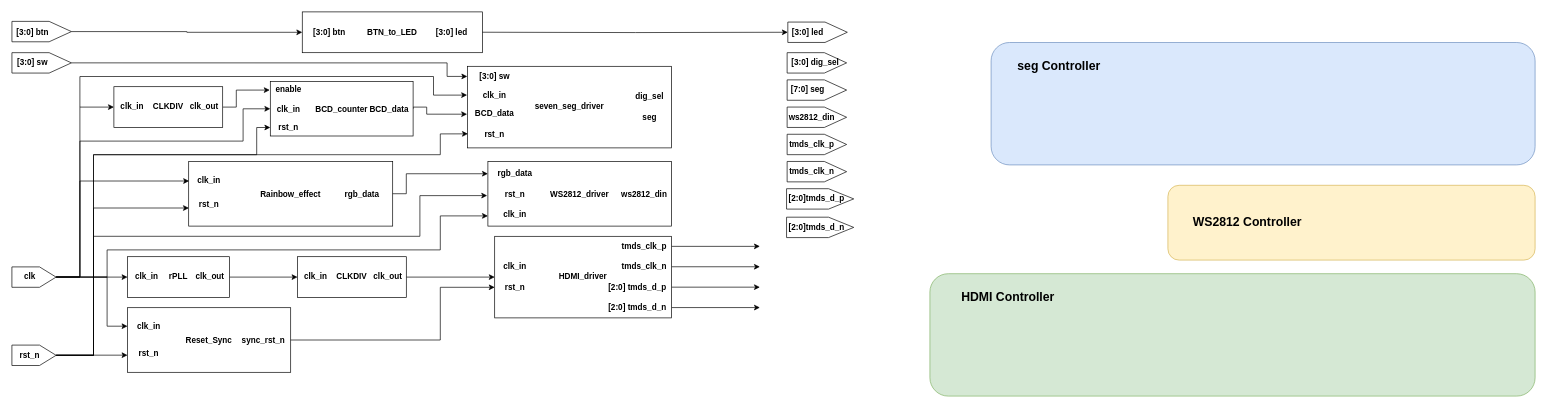
The draw.io diagram 板级测试工程框图.drawio in zeandon/draw.io, before the edit. Source tidied: cells renumbered, new cells numbered last; positions are measured from the earlier drawing's top-left corner, leaving out a move shared by most shapes. Both pictures are drawn from the tidied source at 68%, with x=0, y=0 at pixel (12, 1).
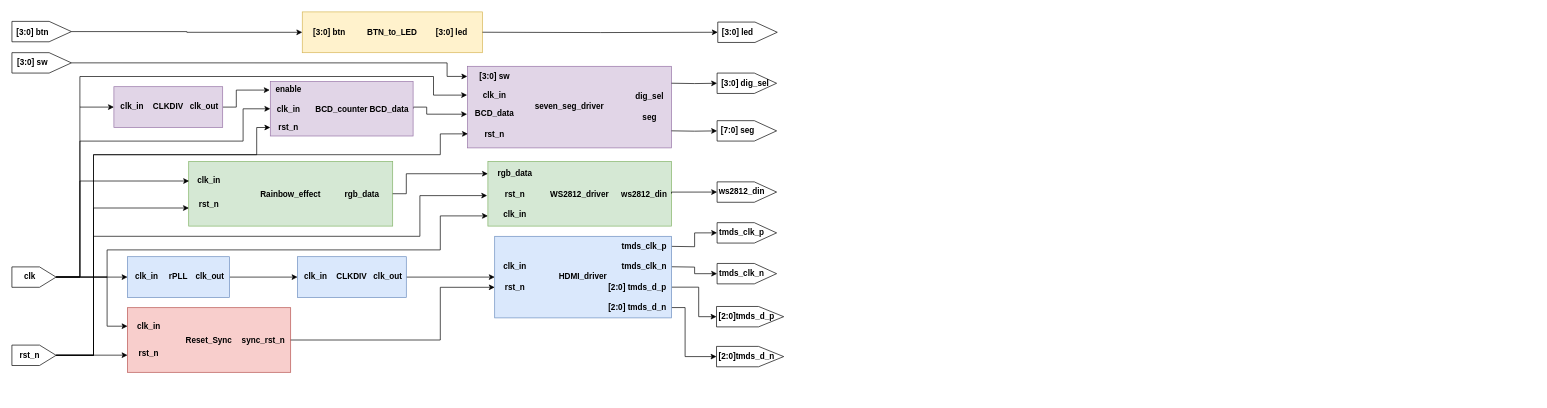
The same page after the edit.

Commit message (it also covers changes not shown here):
更新板级测试工程框图.drawio

Unchanged cells that the change refers to:
```xml
<mxCell id="10" style="group;fontStyle=1;" parent="1" vertex="1">
  <mxGeometry x="170" y="375" width="150" height="60" as="geometry" />
</mxCell>
<mxCell id="14" style="group;fontStyle=1;" parent="1" vertex="1">
  <mxGeometry x="420" y="375" width="160" height="60" as="geometry" />
</mxCell>
<mxCell id="22" style="group;fontStyle=1;" parent="1" vertex="1">
  <mxGeometry x="710" y="345" width="260" height="120" as="geometry" />
</mxCell>
<mxCell id="47" style="shape=offPageConnector;whiteSpace=wrap;html=1;rotation=-90;fontStyle=1;" parent="46" vertex="1">
  <mxGeometry x="28.8" y="-28.8" width="30" height="87.5" as="geometry" />
</mxCell>
<mxCell id="50" style="shape=offPageConnector;whiteSpace=wrap;html=1;rotation=-90;fontStyle=1;" parent="49" vertex="1">
  <mxGeometry x="28.8" y="-28.8" width="30" height="87.5" as="geometry" />
</mxCell>
<mxCell id="53" style="shape=offPageConnector;whiteSpace=wrap;html=1;rotation=-90;fontStyle=1;" parent="52" vertex="1">
  <mxGeometry x="28.8" y="-28.8" width="30" height="87.5" as="geometry" />
</mxCell>
<mxCell id="56" style="shape=offPageConnector;whiteSpace=wrap;html=1;rotation=-90;fontStyle=1;" parent="55" vertex="1">
  <mxGeometry x="28.8" y="-28.8" width="30" height="87.5" as="geometry" />
</mxCell>
<mxCell id="59" style="shape=offPageConnector;whiteSpace=wrap;html=1;rotation=-90;fontStyle=1;" parent="58" vertex="1">
  <mxGeometry x="28.8" y="-28.8" width="30" height="87.5" as="geometry" />
</mxCell>
<mxCell id="69" style="group;fontStyle=1;" parent="1" vertex="1">
  <mxGeometry x="150" y="125" width="160" height="60" as="geometry" />
</mxCell>
<mxCell id="78" style="group;fontStyle=1;" parent="1" vertex="1">
  <mxGeometry x="670" y="95" width="300" height="120" as="geometry" />
</mxCell>
<mxCell id="86" style="group;fontStyle=1;" parent="1" vertex="1">
  <mxGeometry x="427" y="15" width="265" height="60" as="geometry" />
</mxCell>
<mxCell id="94" style="group;" parent="1" vertex="1">
  <mxGeometry x="260" y="235" width="300" height="95" as="geometry" />
</mxCell>
<mxCell id="99" style="group;" parent="1" vertex="1">
  <mxGeometry x="700" y="235" width="270" height="95" as="geometry" />
</mxCell>
```

The edit, as a diff of the source:
```diff
@@
-    <mxCell id="2" style="rounded=1;whiteSpace=wrap;html=1;fillColor=#d5e8d4;strokeColor=#82b366;fontStyle=1;" parent="1" vertex="1">
-      <mxGeometry x="1350" y="400" width="890" height="180" as="geometry" />
-    </mxCell>
-    <mxCell id="3" style="rounded=1;whiteSpace=wrap;html=1;fillColor=#dae8fc;strokeColor=#6c8ebf;fontStyle=1;" parent="1" vertex="1">
-      <mxGeometry x="1440" y="60" width="800" height="180" as="geometry" />
-    </mxCell>
-    <mxCell id="4" style="rounded=1;whiteSpace=wrap;html=1;fillColor=#fff2cc;strokeColor=#d6b656;fontStyle=1;" parent="1" vertex="1">
-      <mxGeometry x="1700" y="270" width="540" height="110" as="geometry" />
-    </mxCell>
@@
-    <mxCell id="7" value="Reset_Sync" style="rounded=0;whiteSpace=wrap;html=1;fontStyle=1;" parent="1" vertex="1">
+    <mxCell id="7" value="Reset_Sync" style="rounded=0;whiteSpace=wrap;html=1;fontStyle=1;fillColor=#f8cecc;strokeColor=#b85450;" parent="1" vertex="1">
       <mxGeometry x="170" y="450" width="240" height="95" as="geometry" />
     </mxCell>
@@
-    <mxCell id="11" value="rPLL" style="rounded=0;whiteSpace=wrap;html=1;fontStyle=1;" parent="10" vertex="1">
+    <mxCell id="11" value="rPLL" style="rounded=0;whiteSpace=wrap;html=1;fontStyle=1;fillColor=#dae8fc;strokeColor=#6c8ebf;" parent="10" vertex="1">
       <mxGeometry width="150" height="60" as="geometry" />
     </mxCell>
@@
-    <mxCell id="15" value="CLKDIV" style="rounded=0;whiteSpace=wrap;html=1;fontStyle=1;" parent="14" vertex="1">
+    <mxCell id="15" value="CLKDIV" style="rounded=0;whiteSpace=wrap;html=1;fontStyle=1;fillColor=#dae8fc;strokeColor=#6c8ebf;" parent="14" vertex="1">
       <mxGeometry width="160" height="60" as="geometry" />
     </mxCell>
@@
-    <mxCell id="18" style="edgeStyle=orthogonalEdgeStyle;rounded=0;orthogonalLoop=1;jettySize=auto;html=1;fontStyle=1;" parent="1" edge="1">
+    <mxCell id="18" style="edgeStyle=orthogonalEdgeStyle;rounded=0;jettySize=auto;html=1;fontStyle=1;entryX=0.5;entryY=0;entryDx=0;entryDy=0;" parent="1" edge="1" target="56">
       <mxGeometry relative="1" as="geometry">
         <mxPoint x="970" y="359.8" as="sourcePoint" />
-        <mxPoint x="1100" y="359.8" as="targetPoint" />
       </mxGeometry>
     </mxCell>
-    <mxCell id="19" style="edgeStyle=orthogonalEdgeStyle;rounded=0;orthogonalLoop=1;jettySize=auto;html=1;fontStyle=1;" parent="1" edge="1">
+    <mxCell id="19" style="edgeStyle=orthogonalEdgeStyle;rounded=0;jettySize=auto;html=1;fontStyle=1;entryX=0.5;entryY=0;entryDx=0;entryDy=0;" parent="1" edge="1" target="59">
       <mxGeometry relative="1" as="geometry">
         <mxPoint x="970" y="389.8" as="sourcePoint" />
-        <mxPoint x="1100" y="389.8" as="targetPoint" />
       </mxGeometry>
     </mxCell>
-    <mxCell id="20" style="edgeStyle=orthogonalEdgeStyle;rounded=0;orthogonalLoop=1;jettySize=auto;html=1;fontStyle=1;" parent="1" edge="1">
+    <mxCell id="20" style="edgeStyle=orthogonalEdgeStyle;rounded=0;jettySize=auto;html=1;fontStyle=1;entryX=0.5;entryY=0;entryDx=0;entryDy=0;" parent="1" edge="1" target="61">
       <mxGeometry relative="1" as="geometry">
         <mxPoint x="970" y="419.8" as="sourcePoint" />
-        <mxPoint x="1100" y="419.8" as="targetPoint" />
+        <Array as="points">
+          <mxPoint x="1010" y="420" />
+          <mxPoint x="1010" y="463" />
+        </Array>
       </mxGeometry>
     </mxCell>
-    <mxCell id="21" style="edgeStyle=orthogonalEdgeStyle;rounded=0;orthogonalLoop=1;jettySize=auto;html=1;fontStyle=1;" parent="1" edge="1">
+    <mxCell id="21" style="edgeStyle=orthogonalEdgeStyle;rounded=0;jettySize=auto;html=1;fontStyle=1;entryX=0.5;entryY=0;entryDx=0;entryDy=0;" parent="1" edge="1" target="63">
       <mxGeometry relative="1" as="geometry">
         <mxPoint x="970" y="449.8" as="sourcePoint" />
-        <mxPoint x="1100" y="449.8" as="targetPoint" />
+        <Array as="points">
+          <mxPoint x="990" y="450" />
+          <mxPoint x="990" y="522" />
+        </Array>
       </mxGeometry>
     </mxCell>
@@
-    <mxCell id="23" value="HDMI_driver" style="rounded=0;whiteSpace=wrap;html=1;fontStyle=1;" parent="22" vertex="1">
+    <mxCell id="23" value="HDMI_driver" style="rounded=0;whiteSpace=wrap;html=1;fontStyle=1;fillColor=#dae8fc;strokeColor=#6c8ebf;" parent="22" vertex="1">
       <mxGeometry width="260" height="120" as="geometry" />
     </mxCell>
@@
     <mxCell id="43" style="group;fontStyle=1;" parent="1" vertex="1">
-      <mxGeometry x="1140" y="30" width="87.5" height="30" as="geometry" />
+      <mxGeometry x="1037" y="30" width="87.5" height="30" as="geometry" />
     </mxCell>
@@
     <mxCell id="46" style="group;fontStyle=1;" parent="1" vertex="1">
-      <mxGeometry x="1140" y="75" width="87.5" height="30" as="geometry" />
+      <mxGeometry x="1037" y="105" width="87.5" height="30" as="geometry" />
     </mxCell>
@@
     <mxCell id="49" style="group;fontStyle=1;" parent="1" vertex="1">
-      <mxGeometry x="1140" y="115" width="87.5" height="30" as="geometry" />
+      <mxGeometry x="1037" y="175" width="87.5" height="30" as="geometry" />
     </mxCell>
@@
     <mxCell id="52" style="group;fontStyle=1;" parent="1" vertex="1">
-      <mxGeometry x="1140" y="155" width="87.5" height="30" as="geometry" />
+      <mxGeometry x="1037" y="265" width="87.5" height="30" as="geometry" />
     </mxCell>
@@
     <mxCell id="55" style="group;fontStyle=1;" parent="1" vertex="1">
-      <mxGeometry x="1140" y="195" width="87.5" height="30" as="geometry" />
+      <mxGeometry x="1037" y="325" width="87.5" height="30" as="geometry" />
     </mxCell>
@@
     <mxCell id="58" style="group;fontStyle=1;" parent="1" vertex="1">
-      <mxGeometry x="1140" y="235" width="87.5" height="30" as="geometry" />
+      <mxGeometry x="1037" y="385" width="87.5" height="30" as="geometry" />
     </mxCell>
@@
     <mxCell id="61" style="shape=offPageConnector;whiteSpace=wrap;html=1;rotation=-90;fontStyle=1;" parent="1" vertex="1">
-      <mxGeometry x="1173.6" y="240.6" width="30" height="98.8" as="geometry" />
+      <mxGeometry x="1070.6" y="413.8" width="30" height="98.8" as="geometry" />
     </mxCell>
     <mxCell id="62" value="[2:0]tmds_d_p" style="text;html=1;whiteSpace=wrap;strokeColor=none;fillColor=none;align=center;verticalAlign=middle;rounded=0;fontStyle=1;" parent="1" vertex="1">
-      <mxGeometry x="1150.4" y="275" width="66.6" height="30" as="geometry" />
+      <mxGeometry x="1047.4" y="448.1" width="66.6" height="30" as="geometry" />
     </mxCell>
     <mxCell id="63" style="shape=offPageConnector;whiteSpace=wrap;html=1;rotation=-90;fontStyle=1;" parent="1" vertex="1">
-      <mxGeometry x="1173.6" y="282.5" width="30" height="98.8" as="geometry" />
+      <mxGeometry x="1070.6" y="472.5" width="30" height="98.8" as="geometry" />
     </mxCell>
     <mxCell id="64" value="[2:0]tmds_d_n" style="text;html=1;whiteSpace=wrap;strokeColor=none;fillColor=none;align=center;verticalAlign=middle;rounded=0;fontStyle=1;" parent="1" vertex="1">
-      <mxGeometry x="1150.4" y="316.9" width="66.6" height="30" as="geometry" />
+      <mxGeometry x="1047.4" y="506.9" width="66.6" height="30" as="geometry" />
     </mxCell>
@@
-    <mxCell id="70" value="CLKDIV" style="rounded=0;whiteSpace=wrap;html=1;fontStyle=1;" parent="69" vertex="1">
+    <mxCell id="70" value="CLKDIV" style="rounded=0;whiteSpace=wrap;html=1;fontStyle=1;fillColor=#e1d5e7;strokeColor=#9673a6;" parent="69" vertex="1">
       <mxGeometry width="160" height="60" as="geometry" />
     </mxCell>
@@
-    <mxCell id="73" value="BCD_counter" style="rounded=0;whiteSpace=wrap;html=1;fontStyle=1;" parent="1" vertex="1">
+    <mxCell id="73" value="BCD_counter" style="rounded=0;whiteSpace=wrap;html=1;fontStyle=1;fillColor=#e1d5e7;strokeColor=#9673a6;" parent="1" vertex="1">
       <mxGeometry x="380" y="117.5" width="210" height="80" as="geometry" />
     </mxCell>
@@
-    <mxCell id="79" value="seven_seg_driver" style="rounded=0;whiteSpace=wrap;html=1;fontStyle=1;" parent="78" vertex="1">
+    <mxCell id="79" value="seven_seg_driver" style="rounded=0;whiteSpace=wrap;html=1;fontStyle=1;fillColor=#e1d5e7;strokeColor=#9673a6;" parent="78" vertex="1">
       <mxGeometry width="300" height="120" as="geometry" />
     </mxCell>
@@
-    <mxCell id="87" value="BTN_to_LED" style="rounded=0;whiteSpace=wrap;html=1;fontStyle=1;" parent="86" vertex="1">
+    <mxCell id="87" value="BTN_to_LED" style="rounded=0;whiteSpace=wrap;html=1;fontStyle=1;fillColor=#fff2cc;strokeColor=#d6b656;" parent="86" vertex="1">
       <mxGeometry width="265" height="60" as="geometry" />
     </mxCell>
@@
-    <mxCell id="90" value="HDMI Controller" style="text;html=1;whiteSpace=wrap;strokeColor=none;fillColor=none;align=center;verticalAlign=middle;rounded=0;fontStyle=1;fontSize=18;" parent="1" vertex="1">
-      <mxGeometry x="1390" y="420" width="150" height="30" as="geometry" />
-    </mxCell>
-    <mxCell id="91" value="seg Controller" style="text;html=1;whiteSpace=wrap;strokeColor=none;fillColor=none;align=center;verticalAlign=middle;rounded=0;fontStyle=1;fontSize=18;" parent="1" vertex="1">
-      <mxGeometry x="1465" y="80" width="150" height="30" as="geometry" />
-    </mxCell>
-    <mxCell id="92" value="WS2812 Controller" style="text;html=1;whiteSpace=wrap;strokeColor=none;fillColor=none;align=center;verticalAlign=middle;rounded=0;fontStyle=1;fontSize=18;" parent="1" vertex="1">
-      <mxGeometry x="1717" y="310" width="200" height="30" as="geometry" />
-    </mxCell>
@@
-    <mxCell id="95" value="Rainbow_effect" style="rounded=0;whiteSpace=wrap;html=1;fontStyle=1;" parent="94" vertex="1">
+    <mxCell id="95" value="Rainbow_effect" style="rounded=0;whiteSpace=wrap;html=1;fontStyle=1;fillColor=#d5e8d4;strokeColor=#82b366;" parent="94" vertex="1">
       <mxGeometry width="300" height="95" as="geometry" />
     </mxCell>
@@
-    <mxCell id="100" value="WS2812_driver" style="rounded=0;whiteSpace=wrap;html=1;fontStyle=1;" parent="99" vertex="1">
+    <mxCell id="100" value="WS2812_driver" style="rounded=0;whiteSpace=wrap;html=1;fontStyle=1;fillColor=#d5e8d4;strokeColor=#82b366;" parent="99" vertex="1">
       <mxGeometry width="270" height="95" as="geometry" />
     </mxCell>
@@
+    <mxCell id="119" style="edgeStyle=orthogonalEdgeStyle;rounded=0;jettySize=auto;html=1;fontStyle=1;entryX=0.5;entryY=0;entryDx=0;entryDy=0;" parent="1" edge="1" target="53">
+      <mxGeometry relative="1" as="geometry">
+        <mxPoint x="970" y="282.1" as="sourcePoint" />
+        <Array as="points">
+          <mxPoint x="970" y="280" />
+        </Array>
+      </mxGeometry>
+    </mxCell>
+    <mxCell id="120" style="edgeStyle=orthogonalEdgeStyle;rounded=0;jettySize=auto;html=1;fontStyle=1;entryX=0.5;entryY=0;entryDx=0;entryDy=0;" parent="1" edge="1" target="47">
+      <mxGeometry relative="1" as="geometry">
+        <mxPoint x="970" y="119.9" as="sourcePoint" />
+      </mxGeometry>
+    </mxCell>
+    <mxCell id="121" style="edgeStyle=orthogonalEdgeStyle;rounded=0;jettySize=auto;html=1;fontStyle=1;entryX=0.5;entryY=0;entryDx=0;entryDy=0;" parent="1" edge="1" target="50">
+      <mxGeometry relative="1" as="geometry">
+        <mxPoint x="970" y="189.9" as="sourcePoint" />
+      </mxGeometry>
+    </mxCell>
+    <mxCell id="122" style="edgeStyle=orthogonalEdgeStyle;rounded=0;orthogonalLoop=1;jettySize=auto;html=1;exitX=0.5;exitY=1;exitDx=0;exitDy=0;" parent="1" edge="1" source="7" target="7">
+      <mxGeometry relative="1" as="geometry" />
+    </mxCell>
```
